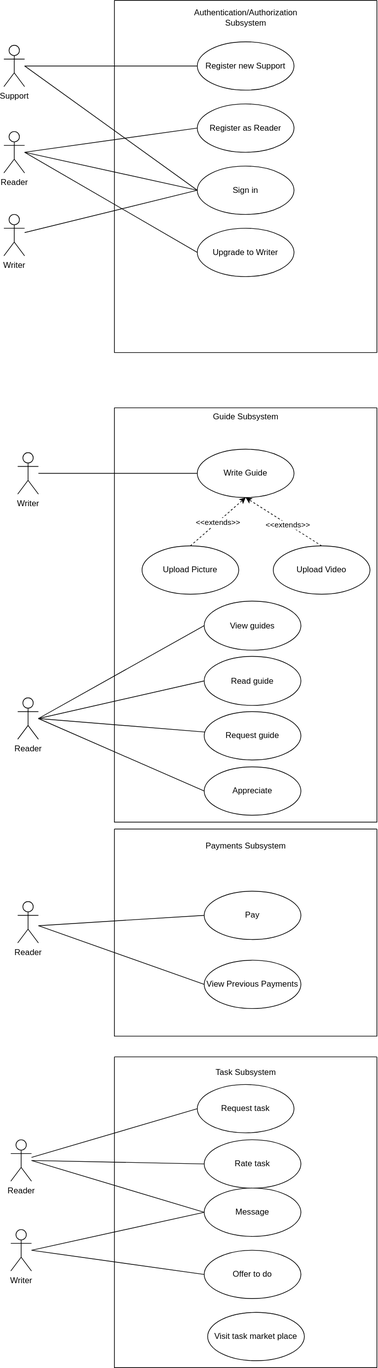
This is docs/assets/usecases.svg from teboho/how-to, a draw.io export, as it was before one commit. Source tidied: cells renumbered, new cells last; positions are measured from the earlier drawing's top-left corner, leaving out a move shared by most shapes.
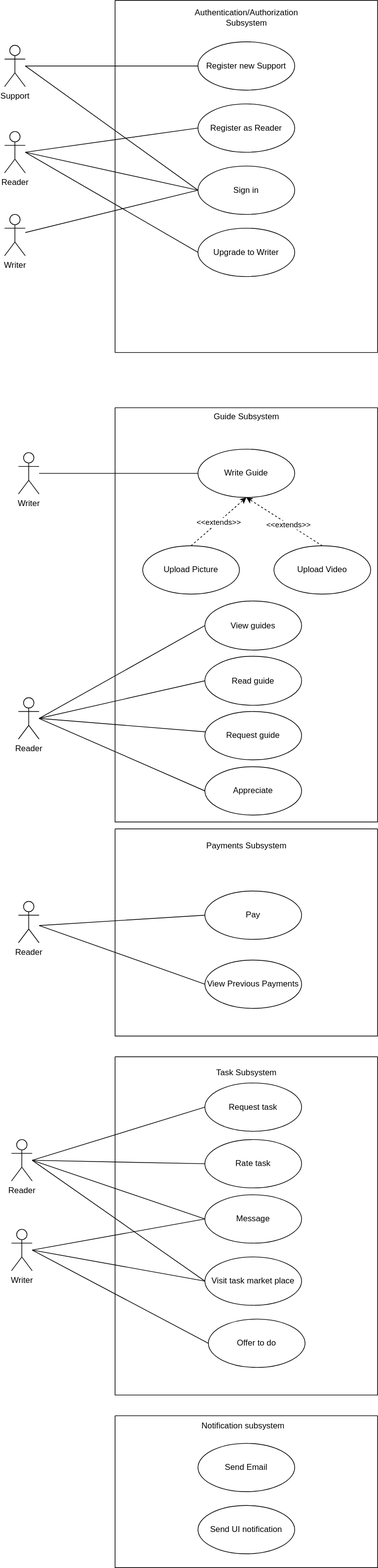
Later version of the same file.

Commit message:
latest use cases

Change to the diagram source:
```diff
@@ -153,28 +153,30 @@
       <mxGeometry x="20" y="1305" width="30" height="60" as="geometry" />
     </mxCell>
     <mxCell id="44" style="swimlane;startSize=0;" parent="1" vertex="1">
-      <mxGeometry x="160" y="1530" width="380" height="450" as="geometry" />
+      <mxGeometry x="160" y="1530" width="380" height="490" as="geometry" />
     </mxCell>
     <mxCell id="45" value="Task Subsystem" style="text;html=1;align=center;verticalAlign=middle;strokeColor=none;fillColor=none;" parent="44" vertex="1">
       <mxGeometry x="135" y="8" width="110" height="30" as="geometry" />
     </mxCell>
     <mxCell id="46" value="Request task" style="ellipse;whiteSpace=wrap;html=1;" parent="44" vertex="1">
-      <mxGeometry x="120" y="40" width="140" height="70" as="geometry" />
+      <mxGeometry x="130" y="38" width="140" height="70" as="geometry" />
     </mxCell>
     <mxCell id="47" value="Message" style="ellipse;whiteSpace=wrap;html=1;" parent="44" vertex="1">
-      <mxGeometry x="130" y="190" width="140" height="70" as="geometry" />
+      <mxGeometry x="130" y="200" width="140" height="70" as="geometry" />
     </mxCell>
     <mxCell id="48" value="Offer to do" style="ellipse;whiteSpace=wrap;html=1;" parent="44" vertex="1">
-      <mxGeometry x="130" y="280" width="140" height="70" as="geometry" />
+      <mxGeometry x="135" y="380" width="140" height="70" as="geometry" />
     </mxCell>
     <mxCell id="49" value="Rate task" style="ellipse;whiteSpace=wrap;html=1;" parent="44" vertex="1">
       <mxGeometry x="130" y="120" width="140" height="70" as="geometry" />
     </mxCell>
     <mxCell id="50" value="Visit task market place" style="ellipse;whiteSpace=wrap;html=1;" parent="44" vertex="1">
-      <mxGeometry x="135" y="370" width="140" height="70" as="geometry" />
+      <mxGeometry x="130" y="290" width="140" height="70" as="geometry" />
     </mxCell>
-    <mxCell id="51" style="rounded=0;jettySize=auto;html=1;entryX=0;entryY=0.5;entryDx=0;entryDy=0;endArrow=none;endFill=0;" parent="1" edge="1" source="54" target="46">
-      <mxGeometry relative="1" as="geometry" />
+    <mxCell id="51" style="rounded=0;jettySize=auto;html=1;entryX=0;entryY=0.5;entryDx=0;entryDy=0;endArrow=none;endFill=0;" parent="1" edge="1" target="46">
+      <mxGeometry relative="1" as="geometry">
+        <mxPoint x="40" y="1680" as="sourcePoint" />
+      </mxGeometry>
     </mxCell>
     <mxCell id="52" style="rounded=0;jettySize=auto;html=1;entryX=0;entryY=0.5;entryDx=0;entryDy=0;endArrow=none;endFill=0;" parent="1" edge="1" target="47">
       <mxGeometry relative="1" as="geometry">
@@ -186,6 +188,11 @@
         <mxPoint x="40" y="1680" as="sourcePoint" />
       </mxGeometry>
     </mxCell>
+    <mxCell id="58" style="rounded=0;jettySize=auto;html=1;entryX=0;entryY=0.5;entryDx=0;entryDy=0;endArrow=none;endFill=0;" parent="1" edge="1" target="50">
+      <mxGeometry relative="1" as="geometry">
+        <mxPoint x="40" y="1680" as="sourcePoint" />
+      </mxGeometry>
+    </mxCell>
     <mxCell id="54" value="Reader" style="shape=umlActor;html=1;verticalLabelPosition=bottom;verticalAlign=top;align=center;" parent="1" vertex="1">
       <mxGeometry x="10" y="1650" width="30" height="60" as="geometry" />
     </mxCell>
@@ -199,8 +206,25 @@
         <mxPoint x="40" y="1810" as="sourcePoint" />
       </mxGeometry>
     </mxCell>
+    <mxCell id="59" style="rounded=0;jettySize=auto;html=1;entryX=0;entryY=0.5;entryDx=0;entryDy=0;endArrow=none;endFill=0;" parent="1" edge="1" target="50">
+      <mxGeometry relative="1" as="geometry">
+        <mxPoint x="40" y="1810" as="sourcePoint" />
+      </mxGeometry>
+    </mxCell>
     <mxCell id="57" value="Writer" style="shape=umlActor;html=1;verticalLabelPosition=bottom;verticalAlign=top;align=center;" parent="1" vertex="1">
       <mxGeometry x="10" y="1780" width="30" height="60" as="geometry" />
     </mxCell>
+    <mxCell id="60" style="swimlane;startSize=0;" parent="1" vertex="1">
+      <mxGeometry x="160" y="2050" width="380" height="220" as="geometry" />
+    </mxCell>
+    <mxCell id="61" value="Notification subsystem" style="text;html=1;align=center;verticalAlign=middle;strokeColor=none;fillColor=none;" parent="60" vertex="1">
+      <mxGeometry x="115" width="140" height="30" as="geometry" />
+    </mxCell>
+    <mxCell id="62" value="Send Email" style="ellipse;whiteSpace=wrap;html=1;" parent="60" vertex="1">
+      <mxGeometry x="120" y="40" width="140" height="70" as="geometry" />
+    </mxCell>
+    <mxCell id="63" value="Send UI notification" style="ellipse;whiteSpace=wrap;html=1;" parent="60" vertex="1">
+      <mxGeometry x="120" y="130" width="140" height="70" as="geometry" />
+    </mxCell>
   </root>
 </mxGraphModel>
```
